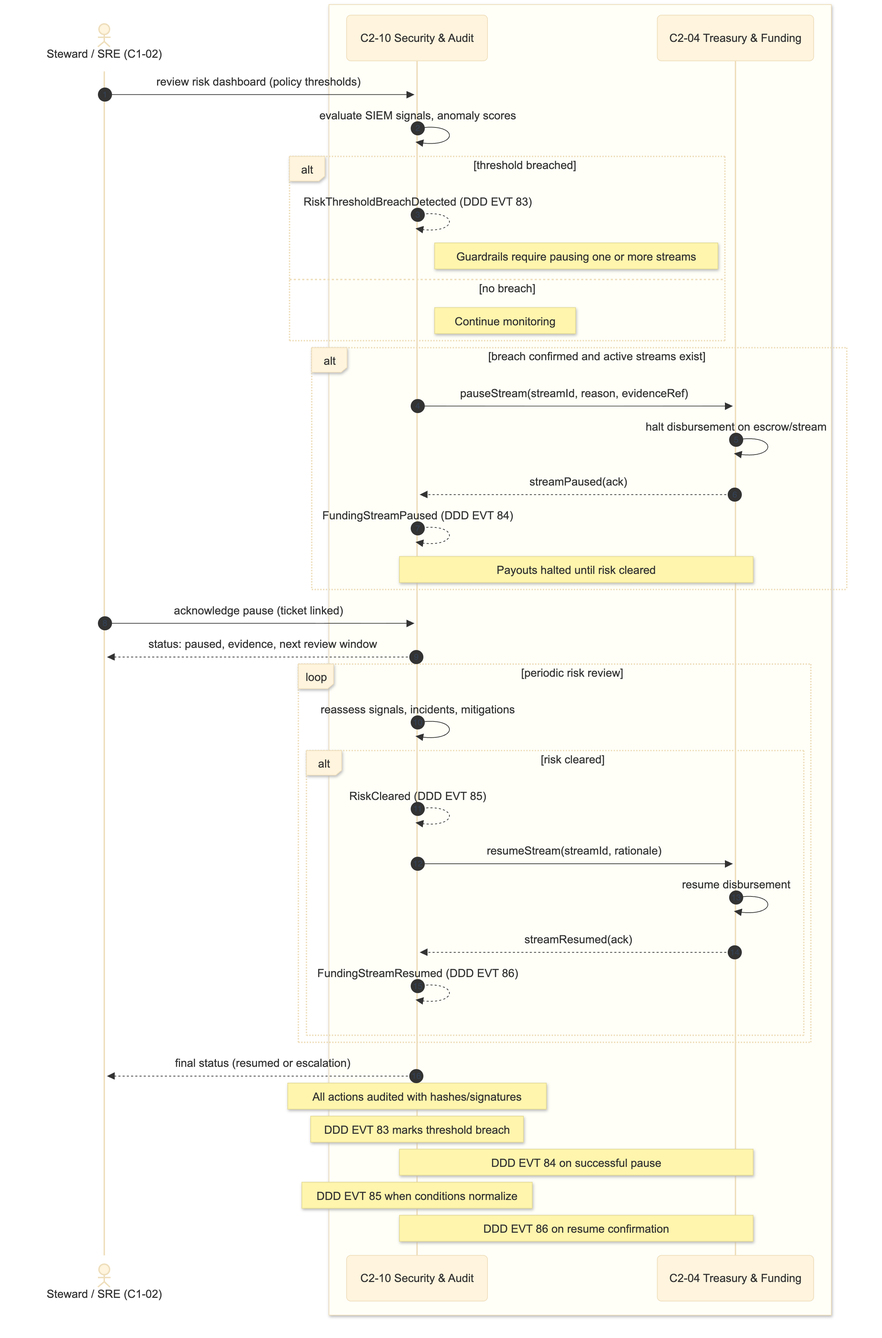
Before: assets/diagrams/C4_sequences/C4-35_Funding_Stream_Pause_Resume_via_Risk.png, a diagram exported from Mermaid (coherosphere/architecture). Its source is kept beside it as assets/diagrams/C4_sequences/C4-35_Funding_Stream_Pause_Resume_via_Risk.mmd.
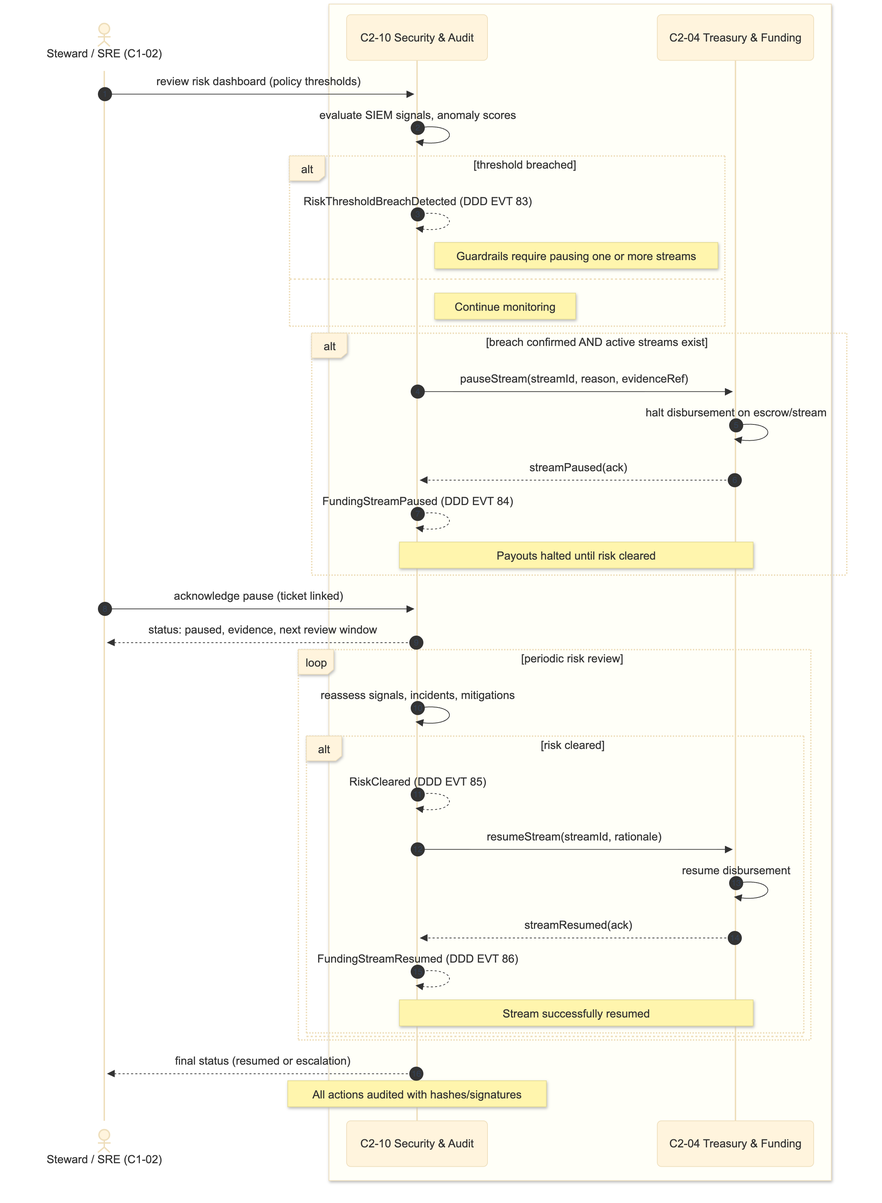
After the commit.

Diff of the diagram source:
```diff
@@ -11,46 +11,43 @@
 
 S ->> SEC: review risk dashboard (policy thresholds)
 SEC ->> SEC: evaluate SIEM signals, anomaly scores
+
 alt threshold breached
   SEC -->> SEC: RiskThresholdBreachDetected (DDD EVT 83)
   note right of SEC: Guardrails require pausing one or more streams
-else no breach
+
+else
   note right of SEC: Continue monitoring
+
 end
 
-
-alt breach confirmed and active streams exist
+alt breach confirmed AND active streams exist
   SEC ->> TRE: pauseStream(streamId, reason, evidenceRef)
   TRE ->> TRE: halt disbursement on escrow/stream
   TRE -->> SEC: streamPaused(ack)
   SEC -->> SEC: FundingStreamPaused (DDD EVT 84)
   note over SEC,TRE: Payouts halted until risk cleared
+
 end
-
 
 S ->> SEC: acknowledge pause (ticket linked)
 SEC -->> S: status: paused, evidence, next review window
 
-
 loop periodic risk review
   SEC ->> SEC: reassess signals, incidents, mitigations
+
   alt risk cleared
     SEC -->> SEC: RiskCleared (DDD EVT 85)
     SEC ->> TRE: resumeStream(streamId, rationale)
     TRE ->> TRE: resume disbursement
     TRE -->> SEC: streamResumed(ack)
     SEC -->> SEC: FundingStreamResumed (DDD EVT 86)
+    note over SEC,TRE: Stream successfully resumed
 
-  end
+else
+end
 
 end
 
-
 SEC -->> S: final status (resumed or escalation)
 note over SEC: All actions audited with hashes/signatures
-
-
-Note over SEC: DDD EVT 83 marks threshold breach
-Note over SEC,TRE: DDD EVT 84 on successful pause
-Note over SEC: DDD EVT 85 when conditions normalize
-Note over SEC,TRE: DDD EVT 86 on resume confirmation
```
